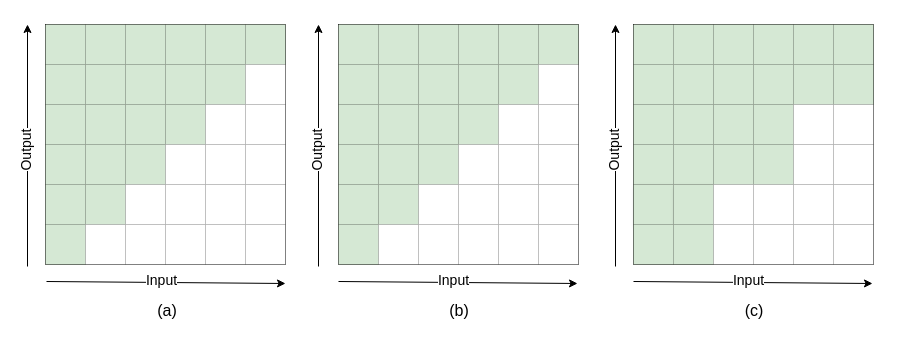
This is chunk_attention.drawio from robin1001/draw.io, a draw.io file, before an edit. Source tidied: cells renumbered, new cells numbered last; positions are measured from the earlier drawing's top-left corner, leaving out a move shared by most shapes. Both pictures are drawn from the tidied source at 100%, with x=0, y=0 at pixel (27, 24).
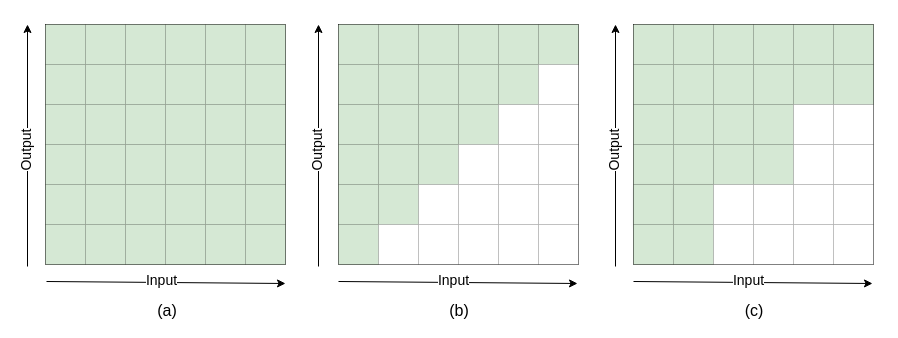
After the change.

The change refers to these unchanged cells:
```xml
<mxCell id="106" style="shape=partialRectangle;html=1;whiteSpace=wrap;fillColor=none;top=0;left=0;bottom=0;right=0;perimeterSpacing=3;" parent="98" vertex="1">
  <mxGeometry y="40" width="240" height="40" as="geometry" />
</mxCell>
<mxCell id="113" style="shape=partialRectangle;html=1;whiteSpace=wrap;fillColor=none;top=0;left=0;bottom=0;right=0;perimeterSpacing=3;" parent="98" vertex="1">
  <mxGeometry y="80" width="240" height="40" as="geometry" />
</mxCell>
<mxCell id="120" style="shape=partialRectangle;html=1;whiteSpace=wrap;fillColor=none;top=0;left=0;bottom=0;right=0;perimeterSpacing=3;" parent="98" vertex="1">
  <mxGeometry y="120" width="240" height="40" as="geometry" />
</mxCell>
<mxCell id="127" style="shape=partialRectangle;html=1;whiteSpace=wrap;fillColor=none;top=0;left=0;bottom=0;right=0;perimeterSpacing=3;" parent="98" vertex="1">
  <mxGeometry y="160" width="240" height="40" as="geometry" />
</mxCell>
<mxCell id="134" style="shape=partialRectangle;html=1;whiteSpace=wrap;fillColor=none;top=0;left=0;bottom=0;right=0;perimeterSpacing=3;" parent="98" vertex="1">
  <mxGeometry y="200" width="240" height="40" as="geometry" />
</mxCell>
```

The edit, as a diff of the source:
```diff
@@
-    <mxCell id="112" style="shape=partialRectangle;html=1;whiteSpace=wrap;overflow=hidden;top=0;left=0;bottom=0;right=0;perimeterSpacing=3;" parent="106" vertex="1">
+    <mxCell id="112" style="shape=partialRectangle;html=1;whiteSpace=wrap;overflow=hidden;top=0;left=0;bottom=0;right=0;perimeterSpacing=3;fillColor=#d5e8d4;strokeColor=#82b366;" parent="106" vertex="1">
       <mxGeometry x="200" width="40" height="40" as="geometry" />
     </mxCell>
@@
-    <mxCell id="118" style="shape=partialRectangle;html=1;whiteSpace=wrap;overflow=hidden;top=0;left=0;bottom=0;right=0;perimeterSpacing=3;" parent="113" vertex="1">
+    <mxCell id="118" style="shape=partialRectangle;html=1;whiteSpace=wrap;overflow=hidden;top=0;left=0;bottom=0;right=0;perimeterSpacing=3;fillColor=#d5e8d4;strokeColor=#82b366;" parent="113" vertex="1">
       <mxGeometry x="160" width="40" height="40" as="geometry" />
     </mxCell>
-    <mxCell id="119" style="shape=partialRectangle;html=1;whiteSpace=wrap;overflow=hidden;top=0;left=0;bottom=0;right=0;perimeterSpacing=3;" parent="113" vertex="1">
+    <mxCell id="119" style="shape=partialRectangle;html=1;whiteSpace=wrap;overflow=hidden;top=0;left=0;bottom=0;right=0;perimeterSpacing=3;fillColor=#d5e8d4;strokeColor=#82b366;" parent="113" vertex="1">
       <mxGeometry x="200" width="40" height="40" as="geometry" />
     </mxCell>
@@
-    <mxCell id="124" style="shape=partialRectangle;html=1;whiteSpace=wrap;overflow=hidden;top=0;left=0;bottom=0;right=0;perimeterSpacing=3;" parent="120" vertex="1">
+    <mxCell id="124" style="shape=partialRectangle;html=1;whiteSpace=wrap;overflow=hidden;top=0;left=0;bottom=0;right=0;perimeterSpacing=3;fillColor=#d5e8d4;strokeColor=#82b366;" parent="120" vertex="1">
       <mxGeometry x="120" width="40" height="40" as="geometry" />
     </mxCell>
-    <mxCell id="125" style="shape=partialRectangle;html=1;whiteSpace=wrap;overflow=hidden;top=0;left=0;bottom=0;right=0;perimeterSpacing=3;" parent="120" vertex="1">
+    <mxCell id="125" style="shape=partialRectangle;html=1;whiteSpace=wrap;overflow=hidden;top=0;left=0;bottom=0;right=0;perimeterSpacing=3;fillColor=#d5e8d4;strokeColor=#82b366;" parent="120" vertex="1">
       <mxGeometry x="160" width="40" height="40" as="geometry" />
     </mxCell>
-    <mxCell id="126" style="shape=partialRectangle;html=1;whiteSpace=wrap;overflow=hidden;top=0;left=0;bottom=0;right=0;perimeterSpacing=3;" parent="120" vertex="1">
+    <mxCell id="126" style="shape=partialRectangle;html=1;whiteSpace=wrap;overflow=hidden;top=0;left=0;bottom=0;right=0;perimeterSpacing=3;fillColor=#d5e8d4;strokeColor=#82b366;" parent="120" vertex="1">
       <mxGeometry x="200" width="40" height="40" as="geometry" />
     </mxCell>
@@
-    <mxCell id="130" style="shape=partialRectangle;html=1;whiteSpace=wrap;overflow=hidden;top=0;left=0;bottom=0;right=0;perimeterSpacing=3;" parent="127" vertex="1">
+    <mxCell id="130" style="shape=partialRectangle;html=1;whiteSpace=wrap;overflow=hidden;top=0;left=0;bottom=0;right=0;perimeterSpacing=3;fillColor=#d5e8d4;strokeColor=#82b366;" parent="127" vertex="1">
       <mxGeometry x="80" width="40" height="40" as="geometry" />
     </mxCell>
-    <mxCell id="131" style="shape=partialRectangle;html=1;whiteSpace=wrap;overflow=hidden;top=0;left=0;bottom=0;right=0;perimeterSpacing=3;" parent="127" vertex="1">
+    <mxCell id="131" style="shape=partialRectangle;html=1;whiteSpace=wrap;overflow=hidden;top=0;left=0;bottom=0;right=0;perimeterSpacing=3;fillColor=#d5e8d4;strokeColor=#82b366;" parent="127" vertex="1">
       <mxGeometry x="120" width="40" height="40" as="geometry" />
     </mxCell>
-    <mxCell id="132" style="shape=partialRectangle;html=1;whiteSpace=wrap;overflow=hidden;top=0;left=0;bottom=0;right=0;perimeterSpacing=3;" parent="127" vertex="1">
+    <mxCell id="132" style="shape=partialRectangle;html=1;whiteSpace=wrap;overflow=hidden;top=0;left=0;bottom=0;right=0;perimeterSpacing=3;fillColor=#d5e8d4;strokeColor=#82b366;" parent="127" vertex="1">
       <mxGeometry x="160" width="40" height="40" as="geometry" />
     </mxCell>
-    <mxCell id="133" style="shape=partialRectangle;html=1;whiteSpace=wrap;overflow=hidden;top=0;left=0;bottom=0;right=0;perimeterSpacing=3;" parent="127" vertex="1">
+    <mxCell id="133" style="shape=partialRectangle;html=1;whiteSpace=wrap;overflow=hidden;top=0;left=0;bottom=0;right=0;perimeterSpacing=3;fillColor=#d5e8d4;strokeColor=#82b366;" parent="127" vertex="1">
       <mxGeometry x="200" width="40" height="40" as="geometry" />
     </mxCell>
@@
-    <mxCell id="136" style="shape=partialRectangle;html=1;whiteSpace=wrap;overflow=hidden;top=0;left=0;bottom=0;right=0;perimeterSpacing=3;" parent="134" vertex="1">
+    <mxCell id="136" style="shape=partialRectangle;html=1;whiteSpace=wrap;overflow=hidden;top=0;left=0;bottom=0;right=0;perimeterSpacing=3;fillColor=#d5e8d4;strokeColor=#82b366;" parent="134" vertex="1">
       <mxGeometry x="40" width="40" height="40" as="geometry" />
     </mxCell>
-    <mxCell id="137" style="shape=partialRectangle;html=1;whiteSpace=wrap;overflow=hidden;top=0;left=0;bottom=0;right=0;perimeterSpacing=3;" parent="134" vertex="1">
+    <mxCell id="137" style="shape=partialRectangle;html=1;whiteSpace=wrap;overflow=hidden;top=0;left=0;bottom=0;right=0;perimeterSpacing=3;fillColor=#d5e8d4;strokeColor=#82b366;" parent="134" vertex="1">
       <mxGeometry x="80" width="40" height="40" as="geometry" />
     </mxCell>
-    <mxCell id="138" style="shape=partialRectangle;html=1;whiteSpace=wrap;overflow=hidden;top=0;left=0;bottom=0;right=0;perimeterSpacing=3;" parent="134" vertex="1">
+    <mxCell id="138" style="shape=partialRectangle;html=1;whiteSpace=wrap;overflow=hidden;top=0;left=0;bottom=0;right=0;perimeterSpacing=3;fillColor=#d5e8d4;strokeColor=#82b366;" parent="134" vertex="1">
       <mxGeometry x="120" width="40" height="40" as="geometry" />
     </mxCell>
-    <mxCell id="139" style="shape=partialRectangle;html=1;whiteSpace=wrap;overflow=hidden;top=0;left=0;bottom=0;right=0;perimeterSpacing=3;" parent="134" vertex="1">
+    <mxCell id="139" style="shape=partialRectangle;html=1;whiteSpace=wrap;overflow=hidden;top=0;left=0;bottom=0;right=0;perimeterSpacing=3;fillColor=#d5e8d4;strokeColor=#82b366;" parent="134" vertex="1">
       <mxGeometry x="160" width="40" height="40" as="geometry" />
     </mxCell>
-    <mxCell id="140" style="shape=partialRectangle;html=1;whiteSpace=wrap;overflow=hidden;top=0;left=0;bottom=0;right=0;perimeterSpacing=3;" parent="134" vertex="1">
+    <mxCell id="140" style="shape=partialRectangle;html=1;whiteSpace=wrap;overflow=hidden;top=0;left=0;bottom=0;right=0;perimeterSpacing=3;fillColor=#d5e8d4;strokeColor=#82b366;" parent="134" vertex="1">
       <mxGeometry x="200" width="40" height="40" as="geometry" />
     </mxCell>
```
